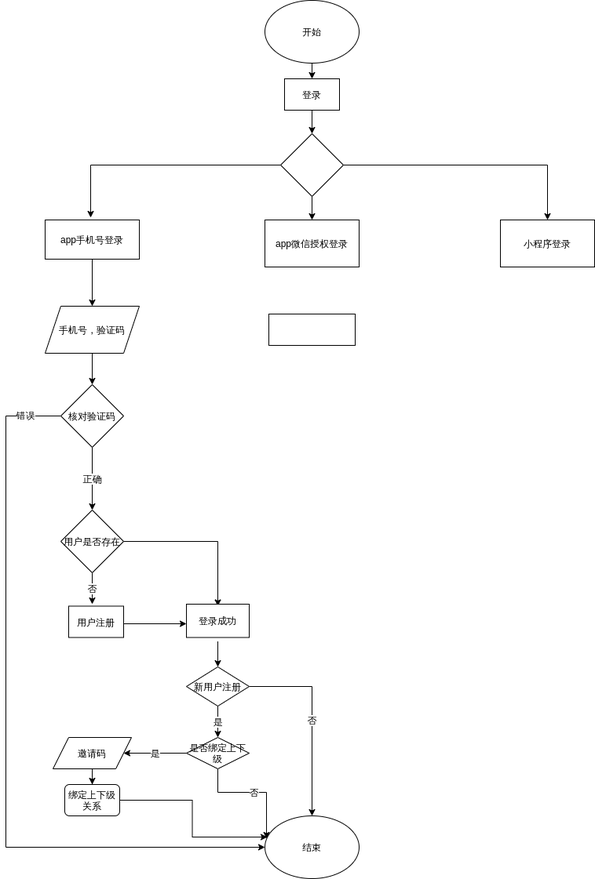
Before: login.png, a diagram exported from draw.io (pullFootYouth/springCloudConfig). Source tidied: cells renumbered, new cells last; positions are measured from the earlier drawing's top-left corner, leaving out a move shared by most shapes.
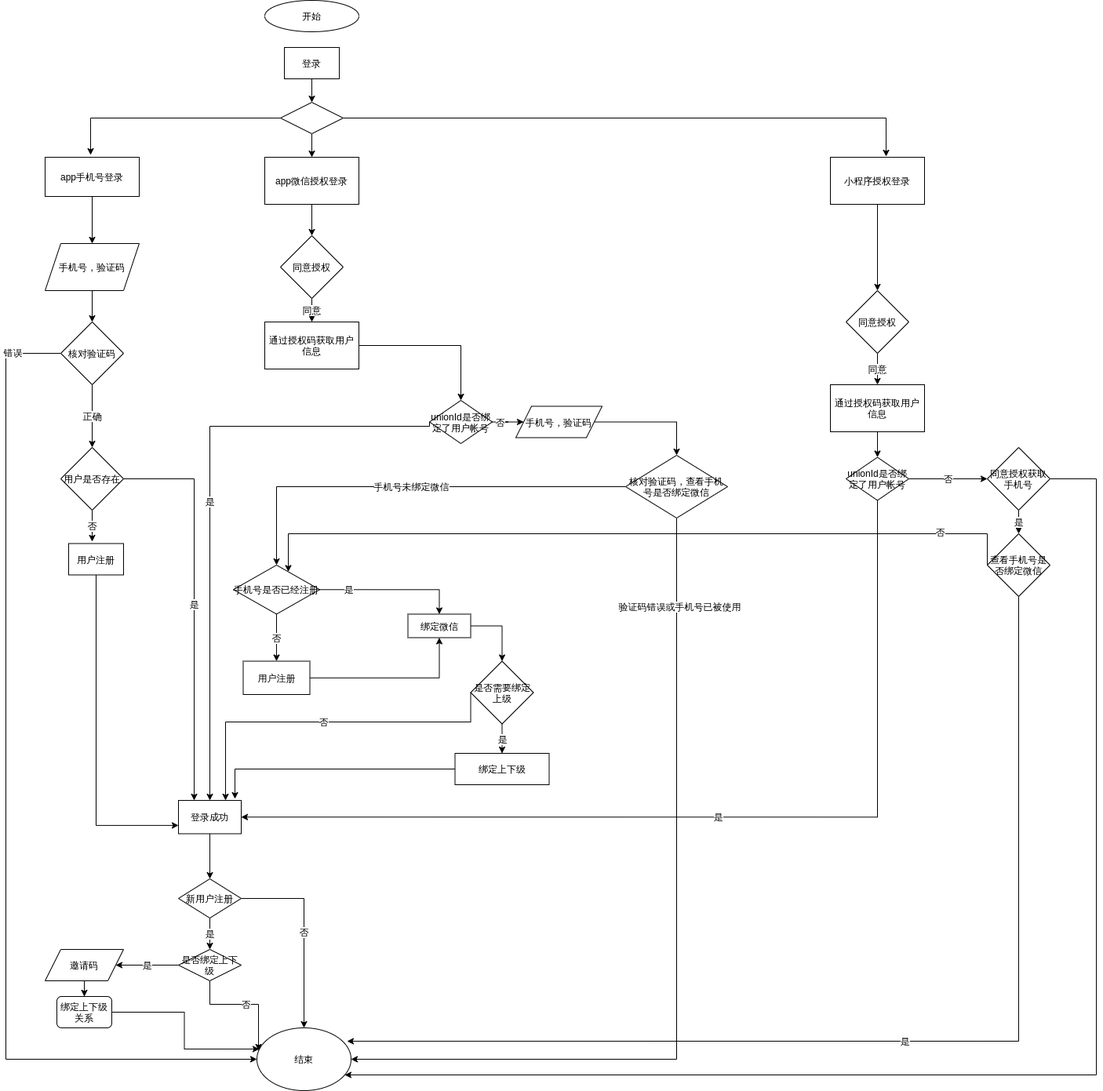
After the change.

Diff of the diagram source:
```diff
@@ -8,11 +8,6 @@
         <mxPoint x="110" y="390" as="targetPoint" />
       </mxGeometry>
     </mxCell>
-    <mxCell id="3" style="edgeStyle=orthogonalEdgeStyle;rounded=0;jettySize=auto;html=1;exitX=1;exitY=0.5;exitDx=0;exitDy=0;entryX=0.5;entryY=0;entryDx=0;entryDy=0;" parent="1" edge="1" source="6">
-      <mxGeometry relative="1" as="geometry">
-        <mxPoint x="690" y="280" as="targetPoint" />
-      </mxGeometry>
-    </mxCell>
     <mxCell id="4" style="edgeStyle=orthogonalEdgeStyle;rounded=0;jettySize=auto;html=1;entryX=0.4;entryY=-0.05;entryDx=0;entryDy=0;entryPerimeter=0;" parent="1" edge="1" source="6">
       <mxGeometry relative="1" as="geometry">
         <mxPoint x="108" y="277" as="targetPoint" />
@@ -23,15 +18,12 @@
         <mxPoint x="390" y="280" as="targetPoint" />
       </mxGeometry>
     </mxCell>
+    <mxCell id="39" style="edgeStyle=orthogonalEdgeStyle;rounded=0;jettySize=auto;html=1;exitX=1;exitY=0.5;exitDx=0;exitDy=0;entryX=0.592;entryY=-0.017;entryDx=0;entryDy=0;entryPerimeter=0;" parent="1" edge="1" source="6" target="32">
+      <mxGeometry relative="1" as="geometry" />
+    </mxCell>
     <mxCell id="6" style="rhombus;whiteSpace=wrap;html=1;" parent="1" vertex="1">
-      <mxGeometry x="350" y="170" width="80" height="80" as="geometry" />
+      <mxGeometry x="350" y="210" width="80" height="40" as="geometry" />
     </mxCell>
-    <mxCell id="7" style="edgeStyle=orthogonalEdgeStyle;rounded=0;orthogonalLoop=1;jettySize=auto;html=1;" parent="1" edge="1">
-      <mxGeometry relative="1" as="geometry">
-        <mxPoint x="390" y="40" as="sourcePoint" />
-        <mxPoint x="390" y="100" as="targetPoint" />
-      </mxGeometry>
-    </mxCell>
     <mxCell id="8" style="edgeStyle=orthogonalEdgeStyle;rounded=0;orthogonalLoop=1;jettySize=auto;html=1;" parent="1" edge="1">
       <mxGeometry relative="1" as="geometry">
         <mxPoint x="110" y="450" as="sourcePoint" />
@@ -42,7 +34,7 @@
       <mxGeometry x="50" y="390" width="120" height="60" as="geometry" />
     </mxCell>
     <mxCell id="10" value="开始" style="ellipse;whiteSpace=wrap;html=1;" parent="1" vertex="1">
-      <mxGeometry x="330" width="120" height="80" as="geometry" />
+      <mxGeometry x="330" y="80" width="120" height="40" as="geometry" />
     </mxCell>
     <mxCell id="11" value="正确" style="edgeStyle=orthogonalEdgeStyle;rounded=0;jettySize=auto;html=1;" parent="1" edge="1" source="14" target="17">
       <mxGeometry relative="1" as="geometry">
@@ -56,7 +48,7 @@
       <mxGeometry relative="1" as="geometry">
         <Array as="points">
           <mxPoint y="530" />
-          <mxPoint y="1080" />
+          <mxPoint y="1430" />
         </Array>
       </mxGeometry>
     </mxCell>
@@ -71,40 +63,31 @@
         <mxPoint x="110" y="770" as="targetPoint" />
       </mxGeometry>
     </mxCell>
-    <mxCell id="16" style="edgeStyle=orthogonalEdgeStyle;rounded=0;jettySize=auto;html=1;exitX=1;exitY=0.5;exitDx=0;exitDy=0;entryX=0.5;entryY=0;entryDx=0;entryDy=0;" parent="1" edge="1" source="17">
+    <mxCell id="16" value="是" style="edgeStyle=orthogonalEdgeStyle;rounded=0;jettySize=auto;html=1;exitX=1;exitY=0.5;exitDx=0;exitDy=0;entryX=0.25;entryY=0;entryDx=0;entryDy=0;" parent="1" edge="1" source="17" target="34">
       <mxGeometry relative="1" as="geometry">
-        <mxPoint x="270" y="772.5" as="targetPoint" />
+        <Array as="points">
+          <mxPoint x="240" y="690" />
+        </Array>
       </mxGeometry>
     </mxCell>
     <mxCell id="17" value="用户是否存在" style="rhombus;whiteSpace=wrap;html=1;" parent="1" vertex="1">
       <mxGeometry x="70" y="650" width="80" height="80" as="geometry" />
     </mxCell>
     <mxCell id="18" value="结束" style="ellipse;whiteSpace=wrap;html=1;" parent="1" vertex="1">
-      <mxGeometry x="330" y="1040" width="120" height="80" as="geometry" />
+      <mxGeometry x="320" y="1390" width="120" height="80" as="geometry" />
     </mxCell>
-    <mxCell id="19" style="edgeStyle=orthogonalEdgeStyle;rounded=0;orthogonalLoop=1;jettySize=auto;html=1;" parent="1" edge="1">
-      <mxGeometry relative="1" as="geometry">
-        <mxPoint x="150" y="795" as="sourcePoint" />
-        <mxPoint x="230" y="795" as="targetPoint" />
-      </mxGeometry>
-    </mxCell>
     <mxCell id="20" style="edgeStyle=orthogonalEdgeStyle;rounded=0;jettySize=auto;html=1;" parent="1" edge="1" source="21" target="23">
       <mxGeometry relative="1" as="geometry" />
     </mxCell>
     <mxCell id="21" value="邀请码" style="shape=parallelogram;perimeter=parallelogramPerimeter;whiteSpace=wrap;html=1;fixedSize=1;" parent="1" vertex="1">
-      <mxGeometry x="60" y="940" width="100" height="40" as="geometry" />
+      <mxGeometry x="50" y="1290" width="100" height="40" as="geometry" />
     </mxCell>
     <mxCell id="22" style="edgeStyle=orthogonalEdgeStyle;rounded=0;jettySize=auto;html=1;exitX=1;exitY=0.5;exitDx=0;exitDy=0;entryX=0.025;entryY=0.338;entryDx=0;entryDy=0;entryPerimeter=0;" parent="1" edge="1" source="23" target="18">
       <mxGeometry relative="1" as="geometry" />
     </mxCell>
     <mxCell id="23" value="绑定上下级关系" style="rounded=1;whiteSpace=wrap;html=1;" parent="1" vertex="1">
-      <mxGeometry x="75" y="1000" width="70" height="40" as="geometry" />
+      <mxGeometry x="65" y="1350" width="70" height="40" as="geometry" />
     </mxCell>
-    <mxCell id="24" style="edgeStyle=orthogonalEdgeStyle;rounded=0;jettySize=auto;html=1;" parent="1" edge="1" target="27">
-      <mxGeometry relative="1" as="geometry">
-        <mxPoint x="270" y="817.5" as="sourcePoint" />
-      </mxGeometry>
-    </mxCell>
     <mxCell id="25" value="否" style="edgeStyle=orthogonalEdgeStyle;rounded=0;jettySize=auto;html=1;exitX=1;exitY=0.5;exitDx=0;exitDy=0;entryX=0.5;entryY=0;entryDx=0;entryDy=0;" parent="1" edge="1" source="27" target="18">
       <mxGeometry relative="1" as="geometry" />
     </mxCell>
@@ -112,28 +95,40 @@
       <mxGeometry relative="1" as="geometry" />
     </mxCell>
     <mxCell id="27" value="新用户注册" style="rhombus;whiteSpace=wrap;html=1;" parent="1" vertex="1">
-      <mxGeometry x="230" y="850" width="80" height="50" as="geometry" />
+      <mxGeometry x="220" y="1200" width="80" height="50" as="geometry" />
     </mxCell>
     <mxCell id="28" style="edgeStyle=orthogonalEdgeStyle;rounded=0;jettySize=auto;html=1;" parent="1" edge="1" source="29" target="6">
       <mxGeometry relative="1" as="geometry" />
     </mxCell>
     <mxCell id="29" value="登录" style="rounded=0;whiteSpace=wrap;html=1;" parent="1" vertex="1">
-      <mxGeometry x="355" y="100" width="70" height="40" as="geometry" />
+      <mxGeometry x="355" y="140" width="70" height="40" as="geometry" />
     </mxCell>
     <mxCell id="30" value="&lt;span&gt;app手机号登录&lt;/span&gt;" style="rounded=0;whiteSpace=wrap;html=1;" parent="1" vertex="1">
       <mxGeometry x="50" y="280" width="120" height="50" as="geometry" />
     </mxCell>
+    <mxCell id="40" style="edgeStyle=orthogonalEdgeStyle;rounded=0;jettySize=auto;html=1;" parent="1" edge="1" source="31" target="45">
+      <mxGeometry relative="1" as="geometry" />
+    </mxCell>
     <mxCell id="31" value="&lt;span&gt;app微信授权登录&lt;/span&gt;" style="rounded=0;whiteSpace=wrap;html=1;" parent="1" vertex="1">
       <mxGeometry x="330" y="280" width="120" height="60" as="geometry" />
     </mxCell>
+    <mxCell id="41" style="edgeStyle=orthogonalEdgeStyle;rounded=0;jettySize=auto;html=1;" parent="1" edge="1" source="32" target="65">
+      <mxGeometry relative="1" as="geometry" />
+    </mxCell>
-    <mxCell id="32" value="&lt;span&gt;小程序登录&lt;/span&gt;" style="rounded=0;whiteSpace=wrap;html=1;" parent="1" vertex="1">
-      <mxGeometry x="630" y="280" width="120" height="60" as="geometry" />
+    <mxCell id="32" value="&lt;span&gt;小程序授权登录&lt;/span&gt;" style="rounded=0;whiteSpace=wrap;html=1;" parent="1" vertex="1">
+      <mxGeometry x="1051" y="280" width="120" height="60" as="geometry" />
     </mxCell>
+    <mxCell id="42" style="edgeStyle=orthogonalEdgeStyle;rounded=0;jettySize=auto;html=1;exitX=0.5;exitY=1;exitDx=0;exitDy=0;entryX=0;entryY=0.75;entryDx=0;entryDy=0;" parent="1" edge="1" source="33" target="34">
+      <mxGeometry relative="1" as="geometry" />
+    </mxCell>
     <mxCell id="33" value="&lt;span&gt;用户注册&lt;/span&gt;" style="rounded=0;whiteSpace=wrap;html=1;" parent="1" vertex="1">
       <mxGeometry x="80" y="772.5" width="70" height="40" as="geometry" />
     </mxCell>
+    <mxCell id="43" style="edgeStyle=orthogonalEdgeStyle;rounded=0;jettySize=auto;html=1;exitX=0.5;exitY=1;exitDx=0;exitDy=0;" parent="1" edge="1" source="34" target="27">
+      <mxGeometry relative="1" as="geometry" />
+    </mxCell>
     <mxCell id="34" value="&lt;span&gt;登录成功&lt;/span&gt;" style="rounded=0;whiteSpace=wrap;html=1;" parent="1" vertex="1">
-      <mxGeometry x="230" y="770" width="80" height="42.5" as="geometry" />
+      <mxGeometry x="220" y="1100" width="80" height="42.5" as="geometry" />
     </mxCell>
     <mxCell id="35" value="是" style="edgeStyle=orthogonalEdgeStyle;rounded=0;jettySize=auto;html=1;" parent="1" edge="1" source="37" target="21">
       <mxGeometry relative="1" as="geometry" />
@@ -142,10 +137,155 @@
       <mxGeometry relative="1" as="geometry" />
     </mxCell>
     <mxCell id="37" value="是否绑定上下级" style="rhombus;whiteSpace=wrap;html=1;" parent="1" vertex="1">
-      <mxGeometry x="230" y="940" width="80" height="40" as="geometry" />
+      <mxGeometry x="220" y="1290" width="80" height="40" as="geometry" />
     </mxCell>
-    <mxCell id="38" style="rounded=0;whiteSpace=wrap;html=1;" parent="1" vertex="1">
-      <mxGeometry x="335" y="400" width="110" height="40" as="geometry" />
-    </mxCell>
+    <mxCell id="44" value="同意" style="edgeStyle=orthogonalEdgeStyle;rounded=0;jettySize=auto;html=1;" parent="1" edge="1" source="45">
+      <mxGeometry relative="1" as="geometry">
+        <mxPoint x="390" y="490" as="targetPoint" />
+      </mxGeometry>
+    </mxCell>
+    <mxCell id="45" value="同意授权" style="rhombus;whiteSpace=wrap;html=1;" parent="1" vertex="1">
+      <mxGeometry x="350" y="380" width="80" height="80" as="geometry" />
+    </mxCell>
+    <mxCell id="46" style="edgeStyle=orthogonalEdgeStyle;rounded=0;jettySize=auto;html=1;" parent="1" edge="1" source="47" target="50">
+      <mxGeometry relative="1" as="geometry" />
+    </mxCell>
+    <mxCell id="47" value="&lt;span&gt;通过授权码获取用户信息&lt;/span&gt;" style="rounded=0;whiteSpace=wrap;html=1;" parent="1" vertex="1">
+      <mxGeometry x="330" y="490" width="120" height="60" as="geometry" />
+    </mxCell>
+    <mxCell id="48" value="否" style="edgeStyle=orthogonalEdgeStyle;rounded=0;jettySize=auto;html=1;" parent="1" edge="1" source="50" target="52">
+      <mxGeometry relative="1" as="geometry" />
+    </mxCell>
+    <mxCell id="49" value="是" style="edgeStyle=orthogonalEdgeStyle;rounded=0;jettySize=auto;html=1;entryX=0.5;entryY=0;entryDx=0;entryDy=0;exitX=0;exitY=0.5;exitDx=0;exitDy=0;" parent="1" edge="1" source="50" target="34">
+      <mxGeometry relative="1" as="geometry">
+        <Array as="points">
+          <mxPoint x="260" y="623" />
+        </Array>
+      </mxGeometry>
+    </mxCell>
+    <mxCell id="50" value="unionId是否绑定了用户帐号" style="rhombus;whiteSpace=wrap;html=1;" parent="1" vertex="1">
+      <mxGeometry x="540" y="590" width="80" height="55" as="geometry" />
+    </mxCell>
+    <mxCell id="51" style="edgeStyle=orthogonalEdgeStyle;rounded=0;jettySize=auto;html=1;" parent="1" edge="1" source="52" target="56">
+      <mxGeometry relative="1" as="geometry" />
+    </mxCell>
+    <mxCell id="52" value="手机号，验证码" style="shape=parallelogram;perimeter=parallelogramPerimeter;whiteSpace=wrap;html=1;fixedSize=1;" parent="1" vertex="1">
+      <mxGeometry x="650" y="597.5" width="110" height="40" as="geometry" />
+    </mxCell>
+    <mxCell id="53" style="edgeStyle=orthogonalEdgeStyle;rounded=0;jettySize=auto;html=1;exitX=0.5;exitY=1;exitDx=0;exitDy=0;entryX=1;entryY=0.5;entryDx=0;entryDy=0;" parent="1" edge="1" source="56" target="18">
+      <mxGeometry relative="1" as="geometry" />
+    </mxCell>
+    <mxCell id="54" value="验证码错误或手机号已被使用" style="edgeLabel;html=1;align=center;verticalAlign=middle;" parent="53" vertex="1">
+      <mxGeometry x="-0.8" y="3" relative="1" as="geometry" />
+    </mxCell>
+    <mxCell id="55" value="手机号未绑定微信" style="edgeStyle=orthogonalEdgeStyle;rounded=0;jettySize=auto;html=1;" parent="1" edge="1" source="56" target="59">
+      <mxGeometry relative="1" as="geometry" />
+    </mxCell>
+    <mxCell id="56" value="&lt;span&gt;核对验证码，查看手机号是否绑定微信&lt;/span&gt;" style="rhombus;whiteSpace=wrap;html=1;" parent="1" vertex="1">
+      <mxGeometry x="790" y="660" width="130" height="80" as="geometry" />
+    </mxCell>
+    <mxCell id="57" value="否" style="edgeStyle=orthogonalEdgeStyle;rounded=0;jettySize=auto;html=1;" parent="1" edge="1" source="59" target="74">
+      <mxGeometry relative="1" as="geometry" />
+    </mxCell>
+    <mxCell id="58" value="是" style="edgeStyle=orthogonalEdgeStyle;rounded=0;jettySize=auto;html=1;exitX=0;exitY=0.5;exitDx=0;exitDy=0;entryX=0.5;entryY=0;entryDx=0;entryDy=0;" parent="1" edge="1" source="59" target="62">
+      <mxGeometry relative="1" as="geometry">
+        <Array as="points">
+          <mxPoint x="552.5" y="831.8" />
+        </Array>
+      </mxGeometry>
+    </mxCell>
+    <mxCell id="59" value="手机号是否已经注册" style="rhombus;whiteSpace=wrap;html=1;" parent="1" vertex="1">
+      <mxGeometry x="290" y="800" width="110" height="62.5" as="geometry" />
+    </mxCell>
+    <mxCell id="60" style="edgeStyle=orthogonalEdgeStyle;rounded=0;jettySize=auto;html=1;" parent="1" edge="1" source="74" target="62">
+      <mxGeometry relative="1" as="geometry" />
+    </mxCell>
+    <mxCell id="61" style="edgeStyle=orthogonalEdgeStyle;rounded=0;jettySize=auto;html=1;exitX=1;exitY=0.5;exitDx=0;exitDy=0;entryX=0.5;entryY=0;entryDx=0;entryDy=0;" parent="1" edge="1" source="62" target="81">
+      <mxGeometry relative="1" as="geometry" />
+    </mxCell>
+    <mxCell id="62" value="绑定微信" style="rounded=0;whiteSpace=wrap;html=1;" parent="1" vertex="1">
+      <mxGeometry x="512.5" y="862.5" width="80" height="30" as="geometry" />
+    </mxCell>
+    <mxCell id="63" style="edgeStyle=orthogonalEdgeStyle;rounded=0;orthogonalLoop=1;jettySize=auto;html=1;exitX=0.5;exitY=1;exitDx=0;exitDy=0;" parent="1" edge="1" source="62" target="62">
+      <mxGeometry relative="1" as="geometry" />
+    </mxCell>
+    <mxCell id="64" value="同意" style="edgeStyle=orthogonalEdgeStyle;rounded=0;jettySize=auto;html=1;exitX=0.5;exitY=1;exitDx=0;exitDy=0;" parent="1" edge="1" source="65" target="67">
+      <mxGeometry relative="1" as="geometry" />
+    </mxCell>
+    <mxCell id="65" value="同意授权" style="rhombus;whiteSpace=wrap;html=1;" parent="1" vertex="1">
+      <mxGeometry x="1071" y="450" width="80" height="80" as="geometry" />
+    </mxCell>
+    <mxCell id="66" style="edgeStyle=orthogonalEdgeStyle;rounded=0;jettySize=auto;html=1;" parent="1" edge="1" source="67" target="70">
+      <mxGeometry relative="1" as="geometry" />
+    </mxCell>
+    <mxCell id="67" value="&lt;span&gt;通过授权码获取用户信息&lt;/span&gt;" style="rounded=0;whiteSpace=wrap;html=1;" parent="1" vertex="1">
+      <mxGeometry x="1051" y="570" width="120" height="60" as="geometry" />
+    </mxCell>
+    <mxCell id="68" value="是" style="edgeStyle=orthogonalEdgeStyle;rounded=0;jettySize=auto;html=1;exitX=0.5;exitY=1;exitDx=0;exitDy=0;entryX=1;entryY=0.5;entryDx=0;entryDy=0;" parent="1" edge="1" source="70" target="34">
+      <mxGeometry relative="1" as="geometry" />
+    </mxCell>
+    <mxCell id="69" value="否" style="edgeStyle=orthogonalEdgeStyle;rounded=0;jettySize=auto;html=1;exitX=1;exitY=0.5;exitDx=0;exitDy=0;entryX=0;entryY=0.5;entryDx=0;entryDy=0;" parent="1" edge="1" source="70" target="73">
+      <mxGeometry relative="1" as="geometry" />
+    </mxCell>
+    <mxCell id="70" value="unionId是否绑定了用户帐号" style="rhombus;whiteSpace=wrap;html=1;" parent="1" vertex="1">
+      <mxGeometry x="1071" y="662.5" width="80" height="55" as="geometry" />
+    </mxCell>
+    <mxCell id="71" value="是" style="edgeStyle=orthogonalEdgeStyle;rounded=0;jettySize=auto;html=1;" parent="1" edge="1" source="73" target="78">
+      <mxGeometry relative="1" as="geometry" />
+    </mxCell>
+    <mxCell id="72" style="edgeStyle=orthogonalEdgeStyle;rounded=0;jettySize=auto;html=1;exitX=1;exitY=0.5;exitDx=0;exitDy=0;" parent="1" edge="1" source="73" target="18">
+      <mxGeometry relative="1" as="geometry">
+        <Array as="points">
+          <mxPoint x="1390" y="690" />
+          <mxPoint x="1390" y="1450" />
+        </Array>
+      </mxGeometry>
+    </mxCell>
+    <mxCell id="73" value="同意授权获取手机号" style="rhombus;whiteSpace=wrap;html=1;" parent="1" vertex="1">
+      <mxGeometry x="1251" y="650" width="80" height="80" as="geometry" />
+    </mxCell>
+    <mxCell id="74" value="用户注册" style="rounded=0;whiteSpace=wrap;html=1;" parent="1" vertex="1">
+      <mxGeometry x="302.5" y="922.5" width="85" height="42.5" as="geometry" />
+    </mxCell>
+    <mxCell id="75" style="edgeStyle=orthogonalEdgeStyle;rounded=0;jettySize=auto;html=1;exitX=0;exitY=0.5;exitDx=0;exitDy=0;" parent="1" edge="1" source="78" target="59">
+      <mxGeometry relative="1" as="geometry">
+        <Array as="points">
+          <mxPoint x="360" y="760" />
+        </Array>
+      </mxGeometry>
+    </mxCell>
+    <mxCell id="76" value="否" style="edgeLabel;html=1;align=center;verticalAlign=middle;" parent="75" vertex="1">
+      <mxGeometry x="-0.79" y="-3" relative="1" as="geometry" />
+    </mxCell>
+    <mxCell id="77" value="是" style="edgeStyle=orthogonalEdgeStyle;rounded=0;jettySize=auto;html=1;exitX=0.5;exitY=1;exitDx=0;exitDy=0;entryX=0.958;entryY=0.213;entryDx=0;entryDy=0;entryPerimeter=0;" parent="1" edge="1" source="78" target="18">
+      <mxGeometry relative="1" as="geometry">
+        <Array as="points">
+          <mxPoint x="1291" y="1407" />
+        </Array>
+      </mxGeometry>
+    </mxCell>
+    <mxCell id="78" value="&lt;span&gt;查看手机号是否绑定微信&lt;/span&gt;" style="rhombus;whiteSpace=wrap;html=1;" parent="1" vertex="1">
+      <mxGeometry x="1251" y="760" width="80" height="80" as="geometry" />
+    </mxCell>
+    <mxCell id="79" value="否" style="edgeStyle=orthogonalEdgeStyle;rounded=0;jettySize=auto;html=1;exitX=0;exitY=0.5;exitDx=0;exitDy=0;entryX=0.75;entryY=0;entryDx=0;entryDy=0;" parent="1" edge="1" source="81" target="34">
+      <mxGeometry relative="1" as="geometry">
+        <Array as="points">
+          <mxPoint x="593" y="1000" />
+          <mxPoint x="280" y="1000" />
+        </Array>
+      </mxGeometry>
+    </mxCell>
+    <mxCell id="80" value="是" style="edgeStyle=orthogonalEdgeStyle;rounded=0;jettySize=auto;html=1;" parent="1" edge="1" source="81" target="83">
+      <mxGeometry relative="1" as="geometry" />
+    </mxCell>
+    <mxCell id="81" value="是否需要绑定上级" style="rhombus;whiteSpace=wrap;html=1;" parent="1" vertex="1">
+      <mxGeometry x="592.5" y="922.5" width="80" height="80" as="geometry" />
+    </mxCell>
+    <mxCell id="82" style="edgeStyle=orthogonalEdgeStyle;rounded=0;jettySize=auto;html=1;exitX=0;exitY=0.5;exitDx=0;exitDy=0;entryX=0.9;entryY=-0.047;entryDx=0;entryDy=0;entryPerimeter=0;" parent="1" edge="1" source="83" target="34">
+      <mxGeometry relative="1" as="geometry" />
+    </mxCell>
+    <mxCell id="83" value="绑定上下级" style="rounded=0;whiteSpace=wrap;html=1;" parent="1" vertex="1">
+      <mxGeometry x="572.5" y="1040" width="120" height="40" as="geometry" />
+    </mxCell>
   </root>
 </mxGraphModel>
```
